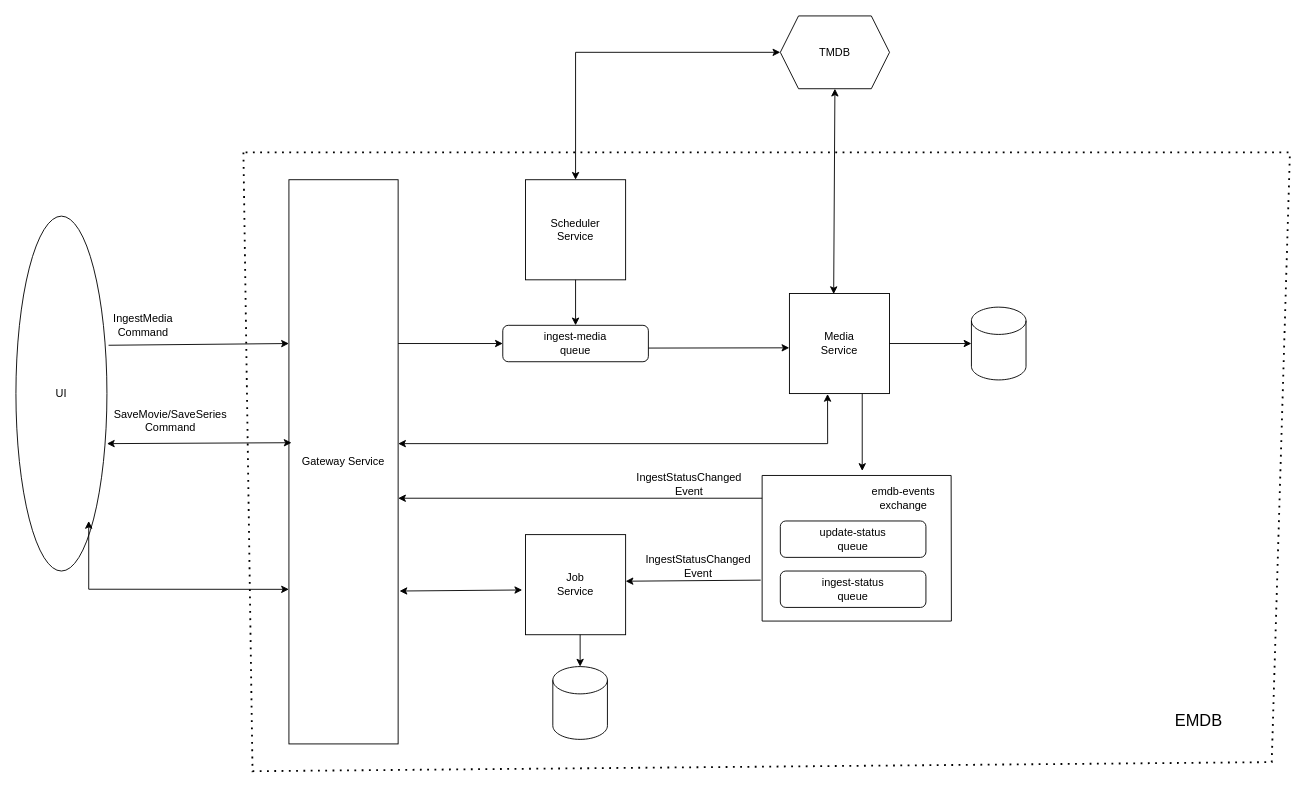
Earlier version of the draw.io diagram emdb/doc/emdb2.drawio (douglase72/projects). Source tidied: cells renumbered, new cells numbered last; positions are measured from the earlier drawing's top-left corner, leaving out a move shared by most shapes. Both pictures are drawn from the tidied source at 91%, with x=0, y=0 at pixel (15, 15).
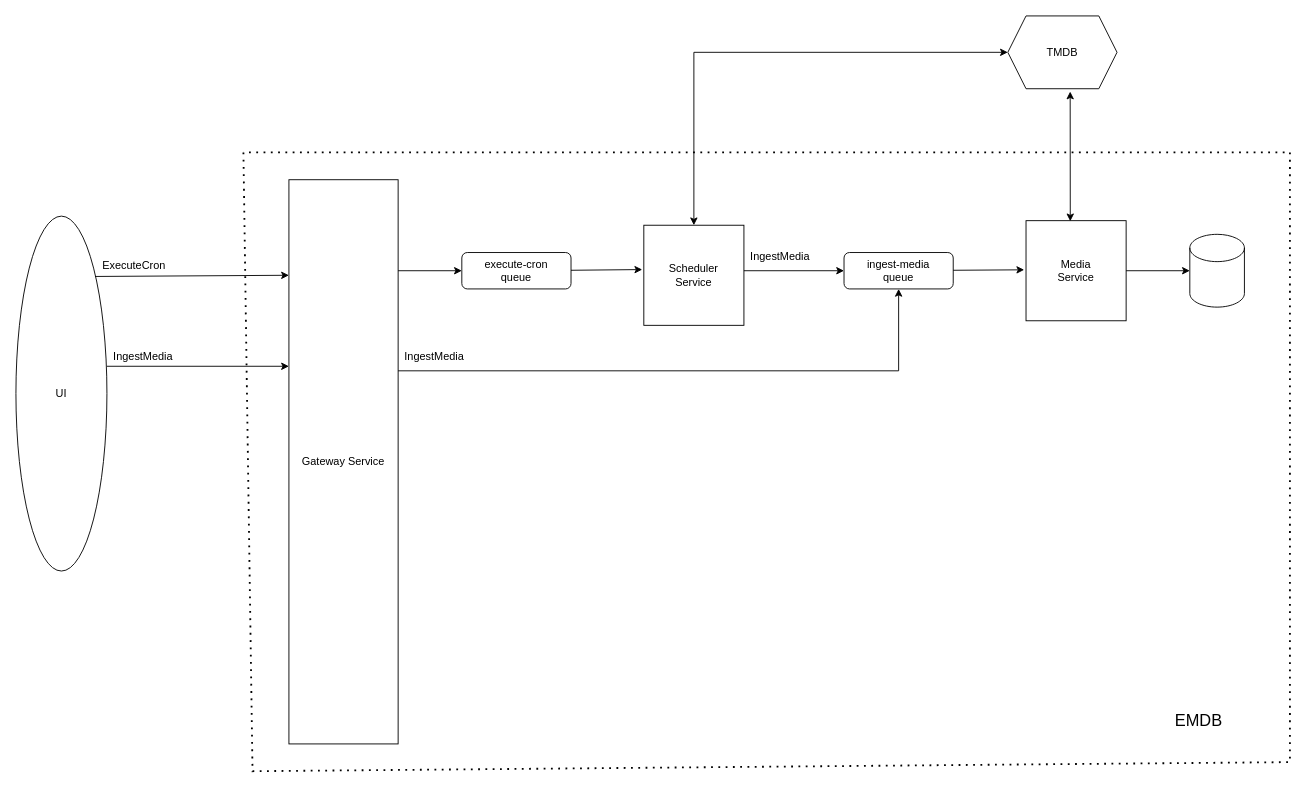
The same diagram, later.

Unchanged cells that the change refers to:
```xml
<mxCell id="12" value="Gateway Service" style="rounded=0;whiteSpace=wrap;html=1;" parent="1" vertex="1">
  <mxGeometry x="300" y="180" width="120" height="620" as="geometry" />
</mxCell>
<mxCell id="13" value="UI" style="ellipse;whiteSpace=wrap;html=1;" parent="1" vertex="1">
  <mxGeometry y="220" width="100" height="390" as="geometry" />
</mxCell>
```

Diff of the diagram source:
```diff
@@
     <mxCell id="2" value="Scheduler&lt;br&gt;Service" style="whiteSpace=wrap;html=1;" parent="1" vertex="1">
-      <mxGeometry x="560" y="180" width="110" height="110" as="geometry" />
+      <mxGeometry x="690" y="230" width="110" height="110" as="geometry" />
     </mxCell>
     <mxCell id="3" value="ingest-media&lt;br&gt;queue" style="rounded=1;whiteSpace=wrap;html=1;" parent="1" vertex="1">
-      <mxGeometry x="535" y="340" width="160" height="40" as="geometry" />
+      <mxGeometry x="910" y="260" width="120" height="40" as="geometry" />
     </mxCell>
-    <mxCell id="4" value="IngestMedia&lt;br&gt;Command" style="text;html=1;whiteSpace=wrap;strokeColor=none;fillColor=none;align=center;verticalAlign=middle;rounded=0;" parent="1" vertex="1">
-      <mxGeometry x="110" y="325" width="60" height="30" as="geometry" />
+    <mxCell id="4" value="ExecuteCron" style="text;html=1;whiteSpace=wrap;strokeColor=none;fillColor=none;align=center;verticalAlign=middle;rounded=0;" parent="1" vertex="1">
+      <mxGeometry x="100" y="260" width="60" height="30" as="geometry" />
     </mxCell>
     <mxCell id="5" value="Media&lt;br&gt;Service" style="whiteSpace=wrap;html=1;" parent="1" vertex="1">
-      <mxGeometry x="850" y="305" width="110" height="110" as="geometry" />
+      <mxGeometry x="1110" y="225" width="110" height="110" as="geometry" />
     </mxCell>
     <mxCell id="6" value="TMDB" style="shape=hexagon;perimeter=hexagonPerimeter2;whiteSpace=wrap;html=1;fixedSize=1;" parent="1" vertex="1">
-      <mxGeometry x="840" width="120" height="80" as="geometry" />
+      <mxGeometry x="1090" width="120" height="80" as="geometry" />
     </mxCell>
-    <mxCell id="7" value="SaveMovie/SaveSeries&lt;br&gt;Command" style="text;html=1;whiteSpace=wrap;strokeColor=none;fillColor=none;align=center;verticalAlign=middle;rounded=0;" parent="1" vertex="1">
-      <mxGeometry x="140" y="430" width="60" height="30" as="geometry" />
-    </mxCell>
     <mxCell id="8" style="endArrow=none;dashed=1;html=1;dashPattern=1 3;strokeWidth=2;rounded=0;" parent="1" edge="1">
       <mxGeometry relative="1" as="geometry">
         <mxPoint x="250" y="150" as="sourcePoint" />
         <mxPoint x="250" y="150" as="targetPoint" />
         <Array as="points">
           <mxPoint x="260" y="830" />
-          <mxPoint x="1380" y="820" />
+          <mxPoint x="1400" y="820" />
           <mxPoint x="1400" y="150" />
           <mxPoint x="510" y="150" />
           <mxPoint x="250" y="150" />
         </Array>
       </mxGeometry>
     </mxCell>
@@
     <mxCell id="11" style="shape=cylinder3;whiteSpace=wrap;html=1;boundedLbl=1;backgroundOutline=1;size=15;" parent="1" vertex="1">
-      <mxGeometry x="1050" y="320" width="60" height="80" as="geometry" />
+      <mxGeometry x="1290" y="240" width="60" height="80" as="geometry" />
     </mxCell>
@@
-    <mxCell id="14" value="ingest-status&lt;div&gt;queue&lt;/div&gt;" style="rounded=1;whiteSpace=wrap;html=1;" parent="1" vertex="1">
-      <mxGeometry x="840" y="610" width="160" height="40" as="geometry" />
-    </mxCell>
-    <mxCell id="15" value="Job&lt;br&gt;Service" style="whiteSpace=wrap;html=1;" parent="1" vertex="1">
-      <mxGeometry x="560" y="570" width="110" height="110" as="geometry" />
-    </mxCell>
-    <mxCell id="16" value="IngestStatusChanged&lt;div&gt;Event&lt;/div&gt;" style="text;html=1;whiteSpace=wrap;strokeColor=none;fillColor=none;align=center;verticalAlign=middle;rounded=0;" parent="1" vertex="1">
-      <mxGeometry x="720" y="590" width="60" height="30" as="geometry" />
-    </mxCell>
-    <mxCell id="17" value="IngestStatusChanged&lt;div&gt;Event&lt;/div&gt;" style="text;html=1;whiteSpace=wrap;strokeColor=none;fillColor=none;align=center;verticalAlign=middle;rounded=0;" parent="1" vertex="1">
-      <mxGeometry x="710" y="500" width="60" height="30" as="geometry" />
-    </mxCell>
-    <mxCell id="18" value="update-status&lt;div&gt;queue&lt;/div&gt;" style="rounded=1;whiteSpace=wrap;html=1;" parent="1" vertex="1">
-      <mxGeometry x="840" y="555" width="160" height="40" as="geometry" />
-    </mxCell>
-    <mxCell id="19" style="endArrow=none;html=1;rounded=0;" parent="1" edge="1">
-      <mxGeometry relative="1" as="geometry">
-        <mxPoint x="820" y="665" as="sourcePoint" />
-        <mxPoint x="820" y="665" as="targetPoint" />
-        <Array as="points">
-          <mxPoint x="820" y="505" />
-          <mxPoint x="1027.7" y="505" />
-          <mxPoint x="1028" y="665" />
-        </Array>
-      </mxGeometry>
-    </mxCell>
-    <mxCell id="20" value="emdb-events&lt;div&gt;exchange&lt;/div&gt;" style="text;html=1;whiteSpace=wrap;strokeColor=none;fillColor=none;align=center;verticalAlign=middle;rounded=0;" parent="1" vertex="1">
-      <mxGeometry x="937.5" y="515" width="75" height="30" as="geometry" />
-    </mxCell>
-    <mxCell id="21" style="endArrow=classic;html=1;rounded=0;exitX=1.018;exitY=0.351;exitDx=0;exitDy=0;exitPerimeter=0;" parent="1" edge="1">
+    <mxCell id="21" style="endArrow=classic;html=1;rounded=0;exitX=0.869;exitY=0.17;exitDx=0;exitDy=0;exitPerimeter=0;" parent="1" edge="1" source="13">
       <mxGeometry relative="1" as="geometry">
-        <mxPoint x="101.8" y="361.9" as="sourcePoint" />
-        <mxPoint x="300" y="360" as="targetPoint" />
+        <mxPoint x="300" y="285" as="targetPoint" />
       </mxGeometry>
     </mxCell>
     <mxCell id="22" style="endArrow=classic;startArrow=classic;html=1;rounded=0;entryX=0;entryY=0.5;entryDx=0;entryDy=0;exitX=0.5;exitY=0;exitDx=0;exitDy=0;" parent="1" edge="1" source="2" target="6">
       <mxGeometry relative="1" as="geometry">
         <Array as="points">
-          <mxPoint x="615" y="40" />
+          <mxPoint x="745" y="40" />
         </Array>
       </mxGeometry>
     </mxCell>
-    <mxCell id="23" style="endArrow=classic;startArrow=classic;html=1;rounded=0;entryX=0.024;entryY=0.7;entryDx=0;entryDy=0;entryPerimeter=0;" parent="1" edge="1">
-      <mxGeometry relative="1" as="geometry">
-        <mxPoint x="100" y="470" as="sourcePoint" />
-        <mxPoint x="302.9" y="469" as="targetPoint" />
-      </mxGeometry>
-    </mxCell>
-    <mxCell id="24" style="shape=cylinder3;whiteSpace=wrap;html=1;boundedLbl=1;backgroundOutline=1;size=15;" parent="1" vertex="1">
-      <mxGeometry x="590" y="715" width="60" height="80" as="geometry" />
-    </mxCell>
-    <mxCell id="25" style="endArrow=classic;html=1;rounded=0;entryX=0;entryY=0.5;entryDx=0;entryDy=0;" parent="1" edge="1" target="3">
-      <mxGeometry relative="1" as="geometry">
-        <mxPoint x="420" y="360" as="sourcePoint" />
-      </mxGeometry>
-    </mxCell>
-    <mxCell id="26" style="endArrow=classic;html=1;rounded=0;entryX=0.5;entryY=0;entryDx=0;entryDy=0;exitX=0.5;exitY=1;exitDx=0;exitDy=0;" parent="1" edge="1" source="2" target="3">
-      <mxGeometry relative="1" as="geometry" />
-    </mxCell>
-    <mxCell id="27" style="endArrow=classic;html=1;rounded=0;entryX=-0.001;entryY=0.543;entryDx=0;entryDy=0;entryPerimeter=0;" parent="1" edge="1" target="5">
-      <mxGeometry relative="1" as="geometry">
-        <mxPoint x="695" y="365" as="sourcePoint" />
-      </mxGeometry>
-    </mxCell>
-    <mxCell id="28" style="endArrow=classic;startArrow=classic;html=1;rounded=0;exitX=0.442;exitY=0.006;exitDx=0;exitDy=0;exitPerimeter=0;" parent="1" edge="1" source="5">
-      <mxGeometry relative="1" as="geometry">
-        <mxPoint x="900" y="80" as="targetPoint" />
-      </mxGeometry>
+    <mxCell id="28" style="endArrow=classic;startArrow=classic;html=1;rounded=0;exitX=0.442;exitY=0.006;exitDx=0;exitDy=0;exitPerimeter=0;entryX=0.571;entryY=1.039;entryDx=0;entryDy=0;entryPerimeter=0;" parent="1" edge="1" source="5" target="6">
+      <mxGeometry relative="1" as="geometry" />
     </mxCell>
-    <mxCell id="29" style="endArrow=classic;startArrow=classic;html=1;rounded=0;entryX=0.381;entryY=1.004;entryDx=0;entryDy=0;entryPerimeter=0;" parent="1" edge="1" target="5">
-      <mxGeometry relative="1" as="geometry">
-        <mxPoint x="420" y="470" as="sourcePoint" />
-        <Array as="points">
-          <mxPoint x="892" y="470" />
-        </Array>
-      </mxGeometry>
-    </mxCell>
-    <mxCell id="30" style="endArrow=classic;html=1;rounded=0;entryX=1.015;entryY=0.193;entryDx=0;entryDy=0;entryPerimeter=0;" parent="1" edge="1">
-      <mxGeometry relative="1" as="geometry">
-        <mxPoint x="818.4" y="620" as="sourcePoint" />
-        <mxPoint x="670" y="621.2" as="targetPoint" />
-      </mxGeometry>
-    </mxCell>
-    <mxCell id="31" style="endArrow=classic;html=1;rounded=0;entryX=0.5;entryY=0;entryDx=0;entryDy=0;entryPerimeter=0;" parent="1" edge="1" target="24">
-      <mxGeometry relative="1" as="geometry">
-        <mxPoint x="620" y="680" as="sourcePoint" />
-      </mxGeometry>
-    </mxCell>
-    <mxCell id="32" style="endArrow=classic;html=1;rounded=0;" parent="1" edge="1">
-      <mxGeometry relative="1" as="geometry">
-        <mxPoint x="820" y="530" as="sourcePoint" />
-        <mxPoint x="420" y="530" as="targetPoint" />
-      </mxGeometry>
-    </mxCell>
-    <mxCell id="33" style="endArrow=classic;html=1;rounded=0;" parent="1" edge="1">
-      <mxGeometry relative="1" as="geometry">
-        <mxPoint x="930" y="415" as="sourcePoint" />
-        <mxPoint x="930" y="500" as="targetPoint" />
-      </mxGeometry>
-    </mxCell>
-    <mxCell id="34" style="endArrow=classic;startArrow=classic;html=1;rounded=0;entryX=0;entryY=0.726;entryDx=0;entryDy=0;entryPerimeter=0;" parent="1" edge="1" target="12">
-      <mxGeometry relative="1" as="geometry">
-        <mxPoint x="80" y="555" as="sourcePoint" />
-        <Array as="points">
-          <mxPoint x="80" y="630" />
-        </Array>
-      </mxGeometry>
-    </mxCell>
-    <mxCell id="35" style="endArrow=classic;startArrow=classic;html=1;rounded=0;entryX=-0.033;entryY=0.553;entryDx=0;entryDy=0;entryPerimeter=0;exitX=1.013;exitY=0.729;exitDx=0;exitDy=0;exitPerimeter=0;" parent="1" edge="1" source="12" target="15">
-      <mxGeometry relative="1" as="geometry" />
-    </mxCell>
+    <mxCell id="36" style="endArrow=classic;html=1;rounded=0;" parent="1" edge="1">
+      <mxGeometry relative="1" as="geometry">
+        <mxPoint x="100" y="385" as="sourcePoint" />
+        <mxPoint x="300" y="385" as="targetPoint" />
+      </mxGeometry>
+    </mxCell>
+    <mxCell id="37" value="IngestMedia" style="text;html=1;whiteSpace=wrap;strokeColor=none;fillColor=none;align=center;verticalAlign=middle;rounded=0;" parent="1" vertex="1">
+      <mxGeometry x="110" y="360" width="60" height="30" as="geometry" />
+    </mxCell>
+    <mxCell id="38" value="execute-cron&lt;div&gt;queue&lt;/div&gt;" style="rounded=1;whiteSpace=wrap;html=1;" parent="1" vertex="1">
+      <mxGeometry x="490" y="260" width="120" height="40" as="geometry" />
+    </mxCell>
+    <mxCell id="39" style="endArrow=classic;html=1;rounded=0;entryX=0;entryY=0.5;entryDx=0;entryDy=0;" parent="1" edge="1" target="38">
+      <mxGeometry relative="1" as="geometry">
+        <mxPoint x="420" y="280" as="sourcePoint" />
+      </mxGeometry>
+    </mxCell>
+    <mxCell id="40" style="endArrow=classic;html=1;rounded=0;entryX=-0.016;entryY=0.443;entryDx=0;entryDy=0;entryPerimeter=0;" parent="1" edge="1" target="2">
+      <mxGeometry relative="1" as="geometry">
+        <mxPoint x="610" y="279.5" as="sourcePoint" />
+      </mxGeometry>
+    </mxCell>
+    <mxCell id="41" style="endArrow=classic;html=1;rounded=0;entryX=0;entryY=0.5;entryDx=0;entryDy=0;" parent="1" edge="1" target="3">
+      <mxGeometry relative="1" as="geometry">
+        <mxPoint x="800" y="280" as="sourcePoint" />
+      </mxGeometry>
+    </mxCell>
+    <mxCell id="42" value="IngestMedia" style="text;html=1;whiteSpace=wrap;strokeColor=none;fillColor=none;align=center;verticalAlign=middle;rounded=0;" parent="1" vertex="1">
+      <mxGeometry x="810" y="250" width="60" height="30" as="geometry" />
+    </mxCell>
+    <mxCell id="43" style="endArrow=classic;html=1;rounded=0;entryX=-0.016;entryY=0.443;entryDx=0;entryDy=0;entryPerimeter=0;" parent="1" edge="1">
+      <mxGeometry relative="1" as="geometry">
+        <mxPoint x="1030" y="279.5" as="sourcePoint" />
+        <mxPoint x="1108" y="279" as="targetPoint" />
+      </mxGeometry>
+    </mxCell>
+    <mxCell id="44" style="endArrow=classic;html=1;rounded=0;entryX=0.5;entryY=1;entryDx=0;entryDy=0;" parent="1" edge="1" target="3">
+      <mxGeometry relative="1" as="geometry">
+        <mxPoint x="420" y="390" as="sourcePoint" />
+        <Array as="points">
+          <mxPoint x="970" y="390" />
+        </Array>
+      </mxGeometry>
+    </mxCell>
+    <mxCell id="45" value="IngestMedia" style="text;html=1;whiteSpace=wrap;strokeColor=none;fillColor=none;align=center;verticalAlign=middle;rounded=0;" parent="1" vertex="1">
+      <mxGeometry x="430" y="360" width="60" height="30" as="geometry" />
+    </mxCell>
```
